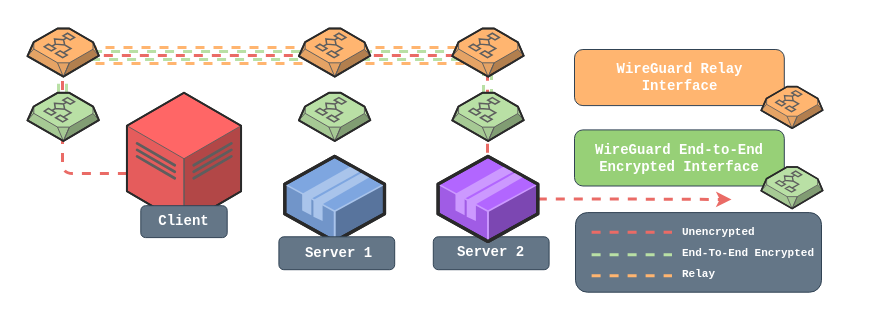
The draw.io diagram media/Wiretap_E2EE.drawio in sandialabs/wiretap, before the edit. Source tidied: cells renumbered, new cells numbered last; positions are measured from the earlier drawing's top-left corner, leaving out a move shared by most shapes. Both pictures are drawn from the tidied source at 100%, with x=0, y=0 at pixel (27, 28).
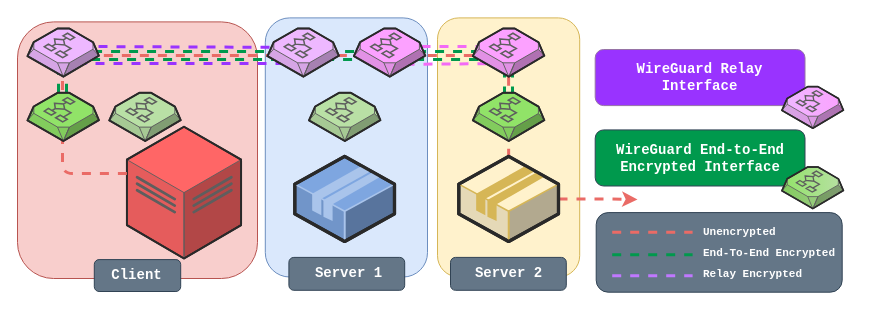
Above is the later version.

Commit message (it also covers changes not shown here):
Improved diagram

The edit, as a diff of the source:
```diff
@@
+    <mxCell id="38" style="rounded=1;whiteSpace=wrap;html=1;fillColor=#fff2cc;strokeColor=#d6b656;" parent="1" vertex="1">
+      <mxGeometry x="410" y="-10.6" width="142.2" height="259.1" as="geometry" />
+    </mxCell>
+    <mxCell id="39" style="rounded=1;whiteSpace=wrap;html=1;fillColor=#dae8fc;strokeColor=#6c8ebf;" parent="1" vertex="1">
+      <mxGeometry x="237.8" y="-10.6" width="162.2" height="259.1" as="geometry" />
+    </mxCell>
+    <mxCell id="40" style="rounded=1;whiteSpace=wrap;html=1;fillColor=#f8cecc;strokeColor=#b85450;" parent="1" vertex="1">
+      <mxGeometry x="-10" y="-6.6" width="240" height="256.6" as="geometry" />
+    </mxCell>
-    <mxCell id="2" style="edgeStyle=orthogonalEdgeStyle;jettySize=auto;html=1;endArrow=none;endFill=0;dashed=1;rounded=1;strokeColor=#B9E0A5;strokeWidth=3;" parent="1" edge="1" source="14" target="16">
+    <mxCell id="2" style="edgeStyle=orthogonalEdgeStyle;jettySize=auto;html=1;endArrow=none;endFill=0;dashed=1;rounded=1;strokeColor=#00994d;strokeWidth=3;flowAnimation=1;" parent="1" edge="1" source="14">
       <mxGeometry relative="1" as="geometry">
+        <mxPoint x="486" y="31" as="targetPoint" />
         <Array as="points">
           <mxPoint x="39" y="31" />
-          <mxPoint x="456" y="31" />
+          <mxPoint x="470" y="31" />
         </Array>
       </mxGeometry>
     </mxCell>
-    <mxCell id="3" style="edgeStyle=orthogonalEdgeStyle;jettySize=auto;html=1;endArrow=none;endFill=0;dashed=1;rounded=1;strokeColor=#B9E0A5;strokeWidth=3;" parent="1" edge="1" source="14" target="16">
+    <mxCell id="3" style="edgeStyle=orthogonalEdgeStyle;orthogonalLoop=1;jettySize=auto;html=1;endArrow=none;endFill=0;dashed=1;rounded=1;strokeColor=#00994D;strokeWidth=3;flowAnimation=1;" parent="1" edge="1">
       <mxGeometry relative="1" as="geometry">
+        <mxPoint x="31" y="64.3" as="sourcePoint" />
+        <mxPoint x="500" y="23" as="targetPoint" />
         <Array as="points">
           <mxPoint x="31" y="23" />
-          <mxPoint x="464" y="23" />
+          <mxPoint x="490" y="23" />
         </Array>
       </mxGeometry>
     </mxCell>
     <mxCell id="4" style="verticalLabelPosition=bottom;html=1;verticalAlign=top;strokeWidth=1;align=center;dashed=0;shape=mxgraph.aws3d.application2;fillColor=#7EA6E0;strokeColor=#A9C4EB;" parent="1" vertex="1">
-      <mxGeometry x="257.3" y="127.8" width="99.7" height="85.2" as="geometry" />
+      <mxGeometry x="267.3" y="127.8" width="99.7" height="85.2" as="geometry" />
     </mxCell>
-    <mxCell id="5" style="edgeStyle=orthogonalEdgeStyle;rounded=0;jettySize=auto;html=1;dashed=1;endArrow=classic;endFill=1;strokeColor=#EA6B66;strokeWidth=3;" parent="1" edge="1" source="37">
+    <mxCell id="5" style="edgeStyle=orthogonalEdgeStyle;rounded=0;jettySize=auto;html=1;dashed=1;endArrow=classic;endFill=1;strokeColor=#EA6B66;strokeWidth=3;flowAnimation=1;" parent="1" edge="1" source="37">
       <mxGeometry relative="1" as="geometry">
-        <mxPoint x="704" y="171" as="targetPoint" />
+        <mxPoint x="610" y="171" as="targetPoint" />
         <Array as="points">
-          <mxPoint x="562.7" y="170.4" />
-          <mxPoint x="562.7" y="170.4" />
+          <mxPoint x="583.3" y="170.4" />
+          <mxPoint x="583.3" y="170.4" />
         </Array>
       </mxGeometry>
     </mxCell>
-    <mxCell id="6" style="edgeStyle=orthogonalEdgeStyle;rounded=1;jettySize=auto;html=1;endArrow=none;endFill=0;dashed=1;strokeColor=#EA6B66;strokeWidth=3;" parent="1" edge="1" source="7" target="37">
-      <mxGeometry relative="1" as="geometry">
-        <Array as="points">
-          <mxPoint x="35" y="145" />
-          <mxPoint x="35" y="27" />
-          <mxPoint x="460" y="27" />
-        </Array>
-      </mxGeometry>
-    </mxCell>
     <mxCell id="7" style="verticalLabelPosition=bottom;html=1;verticalAlign=top;strokeWidth=1;align=center;outlineConnect=0;dashed=0;outlineConnect=0;shape=mxgraph.aws3d.dataCenter;strokeColor=#5E5E5E;fillColor=#FF6666;gradientColor=none;" parent="1" vertex="1">
-      <mxGeometry x="99.4" y="64.3" width="114.2" height="131.8" as="geometry" />
+      <mxGeometry x="99.4" y="98.2" width="114.2" height="131.8" as="geometry" />
     </mxCell>
     <mxCell id="8" style="group;" parent="1" vertex="1">
-      <mxGeometry x="113.3" y="176.1" width="86.4" height="32.9" as="geometry" />
+      <mxGeometry x="66.8" y="230" width="86.4" height="32.9" as="geometry" />
     </mxCell>
@@
     <mxCell id="11" style="group;" parent="1" vertex="1">
-      <mxGeometry x="245" y="199.4" width="128.6" height="49.1" as="geometry" />
+      <mxGeometry x="255" y="220" width="128.6" height="49.1" as="geometry" />
     </mxCell>
@@
-    <mxCell id="14" style="verticalLabelPosition=bottom;html=1;verticalAlign=top;strokeWidth=1;align=center;outlineConnect=0;dashed=0;outlineConnect=0;shape=mxgraph.aws3d.decider;fillColor=#B9E0A5;strokeColor=#5E5E5E;" parent="1" vertex="1">
-      <mxGeometry y="64.3" width="71.4" height="48.2" as="geometry" />
-    </mxCell>
-    <mxCell id="15" style="verticalLabelPosition=bottom;html=1;verticalAlign=top;strokeWidth=1;align=center;dashed=0;shape=mxgraph.aws3d.decider;fillColor=#B9E0A5;strokeColor=#5E5E5E;" parent="1" vertex="1">
-      <mxGeometry x="271.4" y="64.3" width="71.4" height="48.2" as="geometry" />
+    <mxCell id="15" style="verticalLabelPosition=bottom;html=1;verticalAlign=top;strokeWidth=1;align=center;dashed=0;shape=mxgraph.aws3d.decider;fillColor=#b9e0a5;strokeColor=#5E5E5E;" parent="1" vertex="1">
+      <mxGeometry x="281.5" y="64.3" width="71.4" height="48.2" as="geometry" />
     </mxCell>
-    <mxCell id="16" style="verticalLabelPosition=bottom;html=1;verticalAlign=top;strokeWidth=1;align=center;outlineConnect=0;dashed=0;outlineConnect=0;shape=mxgraph.aws3d.decider;fillColor=#B9E0A5;strokeColor=#5E5E5E;" parent="1" vertex="1">
-      <mxGeometry x="424.8" y="64.3" width="71.4" height="48.2" as="geometry" />
-    </mxCell>
-    <mxCell id="17" style="edgeStyle=orthogonalEdgeStyle;orthogonalLoop=1;jettySize=auto;html=1;endArrow=none;endFill=0;dashed=1;rounded=1;strokeColor=#FFB570;strokeWidth=3;" parent="1" edge="1">
+    <mxCell id="17" style="orthogonalLoop=1;jettySize=auto;html=1;endArrow=none;endFill=0;dashed=1;rounded=1;strokeColor=#9933FF;strokeWidth=3;flowAnimation=1;" parent="1" edge="1">
       <mxGeometry relative="1" as="geometry">
-        <mxPoint x="60" y="19" as="sourcePoint" />
-        <mxPoint x="451.8" y="20.9" as="targetPoint" />
-        <Array as="points">
-          <mxPoint x="452" y="19" />
-        </Array>
+        <mxPoint x="53" y="18" as="sourcePoint" />
+        <mxPoint x="286" y="19" as="targetPoint" />
       </mxGeometry>
     </mxCell>
-    <mxCell id="18" style="edgeStyle=orthogonalEdgeStyle;orthogonalLoop=1;jettySize=auto;html=1;endArrow=none;endFill=0;dashed=1;rounded=1;strokeColor=#FFB570;strokeWidth=3;" parent="1" edge="1">
+    <mxCell id="18" style="edgeStyle=orthogonalEdgeStyle;orthogonalLoop=1;jettySize=auto;html=1;endArrow=none;endFill=0;dashed=1;rounded=1;strokeColor=#9933ff;strokeWidth=3;flowAnimation=1;" parent="1" edge="1">
       <mxGeometry relative="1" as="geometry">
         <mxPoint x="50" y="35" as="sourcePoint" />
-        <mxPoint x="458.2" y="33.8" as="targetPoint" />
+        <mxPoint x="296" y="36" as="targetPoint" />
         <Array as="points">
-          <mxPoint x="458" y="35" />
+          <mxPoint x="280" y="35" />
+          <mxPoint x="280" y="34" />
         </Array>
       </mxGeometry>
     </mxCell>
-    <mxCell id="19" style="verticalLabelPosition=bottom;html=1;verticalAlign=top;strokeWidth=1;align=center;dashed=0;shape=mxgraph.aws3d.decider;fillColor=#FFB570;strokeColor=#5E5E5E;gradientColor=none;" parent="1" vertex="1">
-      <mxGeometry width="71.4" height="48.2" as="geometry" />
-    </mxCell>
-    <mxCell id="20" style="verticalLabelPosition=bottom;html=1;verticalAlign=top;strokeWidth=1;align=center;dashed=0;shape=mxgraph.aws3d.decider;fillColor=#FFB570;strokeColor=#5E5E5E;gradientColor=none;" parent="1" vertex="1">
-      <mxGeometry x="271.4" width="71.4" height="48.2" as="geometry" />
-    </mxCell>
-    <mxCell id="21" style="verticalLabelPosition=bottom;html=1;verticalAlign=top;strokeWidth=1;align=center;outlineConnect=0;dashed=0;outlineConnect=0;shape=mxgraph.aws3d.decider;fillColor=#FFB570;strokeColor=#5E5E5E;gradientColor=none;" parent="1" vertex="1">
-      <mxGeometry x="424.8" width="71.4" height="48.2" as="geometry" />
-    </mxCell>
+    <mxCell id="41" style="edgeStyle=none;rounded=1;jettySize=auto;html=1;shadow=0;dashed=1;strokeColor=#ea6b66;endArrow=none;endFill=0;strokeWidth=3;flowAnimation=1;" parent="1" edge="1" source="21" target="37">
+      <mxGeometry relative="1" as="geometry" />
+    </mxCell>
     <mxCell id="22" value="&lt;br&gt;&lt;div&gt;&lt;i&gt;&lt;/i&gt;&lt;/div&gt;" style="text;html=1;strokeColor=#314354;fillColor=#647687;align=left;verticalAlign=middle;whiteSpace=wrap;rounded=1;fontFamily=Courier New;fontStyle=1;fontColor=#ffffff;" parent="1" vertex="1">
-      <mxGeometry x="548" y="184.1" width="246" height="79.6" as="geometry" />
+      <mxGeometry x="568.7" y="184.1" width="246" height="79.6" as="geometry" />
     </mxCell>
-    <mxCell id="23" style="group;" parent="1" vertex="1">
-      <mxGeometry x="422.8" y="199.4" width="128.6" height="49.1" as="geometry" />
-    </mxCell>
-    <mxCell id="24" value="&lt;br&gt;&lt;div&gt;&lt;i&gt;&lt;/i&gt;&lt;/div&gt;" style="text;html=1;strokeColor=#314354;fillColor=#647687;align=left;verticalAlign=middle;whiteSpace=wrap;rounded=1;fontFamily=Courier New;fontStyle=1;fontColor=#ffffff;" parent="23" vertex="1">
-      <mxGeometry x="-17" y="8.9" width="115.8" height="32.9" as="geometry" />
-    </mxCell>
-    <mxCell id="25" value="&lt;font style=&quot;font-size: 14px;&quot;&gt;Server 2&lt;/font&gt;" style="text;html=1;align=center;verticalAlign=middle;whiteSpace=wrap;rounded=0;fontFamily=Courier New;fontStyle=1;fontColor=#FFFFFF;" parent="23" vertex="1">
-      <mxGeometry x="-21.5" y="5" width="124.6" height="39" as="geometry" />
-    </mxCell>
     <mxCell id="26" style="group;" parent="1" vertex="1">
-      <mxGeometry x="548" y="16" width="257.2" height="160.8" as="geometry" />
+      <mxGeometry x="568.7" y="16" width="257.2" height="160.8" as="geometry" />
     </mxCell>
-    <mxCell id="27" value="&lt;br&gt;&lt;div&gt;&lt;i&gt;&lt;/i&gt;&lt;/div&gt;" style="text;html=1;strokeColor=#314354;fillColor=#97D077;align=left;verticalAlign=middle;whiteSpace=wrap;rounded=1;fontFamily=Courier New;fontStyle=1;fontColor=#ffffff;gradientColor=none;" parent="26" vertex="1">
+    <mxCell id="27" value="&lt;br&gt;&lt;div&gt;&lt;i&gt;&lt;/i&gt;&lt;/div&gt;" style="text;html=1;strokeColor=#314354;fillColor=#00994d;align=left;verticalAlign=middle;whiteSpace=wrap;rounded=1;fontFamily=Courier New;fontStyle=1;fontColor=#ffffff;gradientColor=none;" parent="26" vertex="1">
       <mxGeometry x="-1" y="85.4" width="209.8" height="56.1" as="geometry" />
     </mxCell>
@@
-    <mxCell id="29" style="verticalLabelPosition=bottom;html=1;verticalAlign=top;strokeWidth=1;align=center;dashed=0;shape=mxgraph.aws3d.decider;fillColor=#B9E0A5;strokeColor=#5E5E5E;" parent="26" vertex="1">
+    <mxCell id="29" style="verticalLabelPosition=bottom;html=1;verticalAlign=top;strokeWidth=1;align=center;dashed=0;shape=mxgraph.aws3d.decider;fillColor=#91e368;strokeColor=#5E5E5E;gradientColor=#b9e0a5;gradientDirection=east;" parent="26" vertex="1">
       <mxGeometry x="185.7" y="122.5" width="61.5" height="41.6" as="geometry" />
     </mxCell>
-    <mxCell id="30" value="&lt;br&gt;&lt;div&gt;&lt;i&gt;&lt;/i&gt;&lt;/div&gt;" style="text;html=1;strokeColor=#314354;fillColor=#FFB570;align=left;verticalAlign=middle;whiteSpace=wrap;rounded=1;fontFamily=Courier New;fontStyle=1;fontColor=#ffffff;" parent="26" vertex="1">
+    <mxCell id="30" value="&lt;br&gt;&lt;div&gt;&lt;i&gt;&lt;/i&gt;&lt;/div&gt;" style="text;html=1;strokeColor=#9673a6;fillColor=#9933ff;align=left;verticalAlign=middle;whiteSpace=wrap;rounded=1;fontFamily=Courier New;fontStyle=1;" parent="26" vertex="1">
       <mxGeometry x="-1" y="5" width="209.8" height="56.1" as="geometry" />
     </mxCell>
@@
-    <mxCell id="32" style="verticalLabelPosition=bottom;html=1;verticalAlign=top;strokeWidth=1;align=center;dashed=0;shape=mxgraph.aws3d.decider;fillColor=#FFB570;strokeColor=#5E5E5E;" parent="26" vertex="1">
+    <mxCell id="32" style="verticalLabelPosition=bottom;html=1;verticalAlign=top;strokeWidth=1;align=center;dashed=0;shape=mxgraph.aws3d.decider;fillColor=#eeb8ff;strokeColor=#5E5E5E;gradientColor=#fca1ff;gradientDirection=east;" parent="26" vertex="1">
       <mxGeometry x="185.7" y="42.1" width="61.5" height="41.6" as="geometry" />
     </mxCell>
-    <mxCell id="33" value="&lt;div style=&quot;line-height: 180%; font-size: 11px;&quot;&gt;&lt;font face=&quot;Courier New&quot; color=&quot;#ffffff&quot; style=&quot;font-size: 11px;&quot;&gt;&lt;b style=&quot;&quot;&gt;Unencrypted&lt;/b&gt;&lt;/font&gt;&lt;/div&gt;&lt;div style=&quot;line-height: 180%; font-size: 11px;&quot;&gt;&lt;font style=&quot;font-size: 11px;&quot;&gt;&lt;b style=&quot;color: rgb(255, 255, 255); font-family: &amp;quot;Courier New&amp;quot;; background-color: initial;&quot;&gt;End-To-End Encrypted&lt;/b&gt;&lt;br&gt;&lt;/font&gt;&lt;/div&gt;&lt;div style=&quot;line-height: 180%; font-size: 11px;&quot;&gt;&lt;font face=&quot;Courier New&quot; color=&quot;#ffffff&quot; style=&quot;font-size: 11px;&quot;&gt;&lt;b style=&quot;&quot;&gt;Relay&lt;/b&gt;&lt;/font&gt;&lt;/div&gt;" style="text;whiteSpace=wrap;html=1;fontSize=8;align=left;verticalAlign=middle;horizontal=1;spacingTop=0;" parent="1" vertex="1">
-      <mxGeometry x="652.9" y="187.7" width="146.3" height="74" as="geometry" />
+    <mxCell id="33" value="&lt;div style=&quot;line-height: 180%; font-size: 11px;&quot;&gt;&lt;font face=&quot;Courier New&quot; color=&quot;#ffffff&quot; style=&quot;font-size: 11px;&quot;&gt;&lt;b style=&quot;&quot;&gt;Unencrypted&lt;/b&gt;&lt;/font&gt;&lt;/div&gt;&lt;div style=&quot;line-height: 180%; font-size: 11px;&quot;&gt;&lt;font style=&quot;font-size: 11px;&quot;&gt;&lt;b style=&quot;color: rgb(255, 255, 255); font-family: &amp;quot;Courier New&amp;quot;; background-color: initial;&quot;&gt;End-To-End Encrypted&lt;/b&gt;&lt;br&gt;&lt;/font&gt;&lt;/div&gt;&lt;div style=&quot;line-height: 180%; font-size: 11px;&quot;&gt;&lt;font face=&quot;Courier New&quot; color=&quot;#ffffff&quot; style=&quot;font-size: 11px;&quot;&gt;&lt;b style=&quot;&quot;&gt;Relay Encrypted&lt;/b&gt;&lt;/font&gt;&lt;/div&gt;" style="text;whiteSpace=wrap;html=1;fontSize=8;align=left;verticalAlign=middle;horizontal=1;spacingTop=0;" parent="1" vertex="1">
+      <mxGeometry x="673.5" y="187.7" width="146.3" height="74" as="geometry" />
     </mxCell>
-    <mxCell id="34" style="endArrow=none;dashed=1;html=1;rounded=0;strokeWidth=3;strokeColor=#EA6B66;" parent="1" edge="1">
+    <mxCell id="34" style="endArrow=none;dashed=1;html=1;rounded=0;strokeWidth=3;strokeColor=#EA6B66;flowAnimation=1;" parent="1" edge="1">
       <mxGeometry relative="1" as="geometry">
-        <mxPoint x="564.1" y="203.8" as="sourcePoint" />
-        <mxPoint x="644.5" y="203.8" as="targetPoint" />
+        <mxPoint x="584.7" y="203.8" as="sourcePoint" />
+        <mxPoint x="665.1" y="203.8" as="targetPoint" />
       </mxGeometry>
     </mxCell>
-    <mxCell id="35" style="endArrow=none;dashed=1;html=1;rounded=0;strokeWidth=3;strokeColor=#B9E0A5;" parent="1" edge="1">
+    <mxCell id="35" style="endArrow=none;dashed=1;html=1;rounded=0;strokeWidth=3;strokeColor=#00994d;shadow=0;flowAnimation=1;" parent="1" edge="1">
       <mxGeometry relative="1" as="geometry">
-        <mxPoint x="564.1" y="226.3" as="sourcePoint" />
-        <mxPoint x="644.5" y="226.3" as="targetPoint" />
+        <mxPoint x="584.7" y="226.3" as="sourcePoint" />
+        <mxPoint x="665.1" y="226.3" as="targetPoint" />
       </mxGeometry>
     </mxCell>
-    <mxCell id="36" style="endArrow=none;dashed=1;html=1;rounded=0;strokeWidth=3;strokeColor=#FFB570;" parent="1" edge="1">
+    <mxCell id="36" style="endArrow=none;dashed=1;html=1;rounded=0;strokeWidth=3;strokeColor=#C078FF;flowAnimation=1;" parent="1" edge="1">
       <mxGeometry relative="1" as="geometry">
-        <mxPoint x="564.1" y="247.2" as="sourcePoint" />
-        <mxPoint x="644.5" y="247.2" as="targetPoint" />
+        <mxPoint x="584.7" y="247.2" as="sourcePoint" />
+        <mxPoint x="665.1" y="247.2" as="targetPoint" />
       </mxGeometry>
     </mxCell>
-    <mxCell id="37" style="verticalLabelPosition=bottom;html=1;verticalAlign=top;strokeWidth=1;align=center;outlineConnect=0;dashed=0;outlineConnect=0;shape=mxgraph.aws3d.application2;fillColor=#B266FF;strokeColor=#CC99FF;" parent="1" vertex="1">
-      <mxGeometry x="410.6" y="127.8" width="99.7" height="85.2" as="geometry" />
+    <mxCell id="37" style="verticalLabelPosition=bottom;html=1;verticalAlign=top;strokeWidth=1;align=center;outlineConnect=0;dashed=0;outlineConnect=0;shape=mxgraph.aws3d.application2;fillColor=#fff2cc;strokeColor=#d6b656;" parent="1" vertex="1">
+      <mxGeometry x="431.3" y="127.8" width="99.7" height="85.2" as="geometry" />
     </mxCell>
+    <mxCell id="23" style="group;" parent="1" vertex="1">
+      <mxGeometry x="440" y="220" width="128.6" height="49.1" as="geometry" />
+    </mxCell>
+    <mxCell id="24" value="&lt;br&gt;&lt;div&gt;&lt;i&gt;&lt;/i&gt;&lt;/div&gt;" style="text;html=1;strokeColor=#314354;fillColor=#647687;align=left;verticalAlign=middle;whiteSpace=wrap;rounded=1;fontFamily=Courier New;fontStyle=1;fontColor=#ffffff;" parent="23" vertex="1">
+      <mxGeometry x="-17" y="8.9" width="115.8" height="32.9" as="geometry" />
+    </mxCell>
+    <mxCell id="25" value="&lt;font style=&quot;font-size: 14px;&quot;&gt;Server 2&lt;/font&gt;" style="text;html=1;align=center;verticalAlign=middle;whiteSpace=wrap;rounded=0;fontFamily=Courier New;fontStyle=1;fontColor=#FFFFFF;" parent="23" vertex="1">
+      <mxGeometry x="-21.5" y="5" width="124.6" height="39" as="geometry" />
+    </mxCell>
+    <mxCell id="42" style="edgeStyle=orthogonalEdgeStyle;rounded=1;jettySize=auto;html=1;endArrow=none;endFill=0;dashed=1;strokeColor=#EA6B66;strokeWidth=3;flowAnimation=1;" parent="1" edge="1" source="7">
+      <mxGeometry relative="1" as="geometry">
+        <mxPoint x="447" y="27" as="targetPoint" />
+        <Array as="points">
+          <mxPoint x="35" y="145" />
+        </Array>
+      </mxGeometry>
+    </mxCell>
+    <mxCell id="43" style="orthogonalLoop=1;jettySize=auto;html=1;endArrow=none;endFill=0;dashed=1;rounded=1;strokeColor=#f36af6;strokeWidth=3;flowAnimation=1;" parent="1" edge="1">
+      <mxGeometry relative="1" as="geometry">
+        <mxPoint x="358" y="18" as="sourcePoint" />
+        <mxPoint x="461" y="18" as="targetPoint" />
+      </mxGeometry>
+    </mxCell>
+    <mxCell id="44" style="orthogonalLoop=1;jettySize=auto;html=1;endArrow=none;endFill=0;dashed=1;rounded=1;strokeColor=#f36af6;strokeWidth=3;flowAnimation=1;" parent="1" edge="1">
+      <mxGeometry relative="1" as="geometry">
+        <mxPoint x="360" y="36" as="sourcePoint" />
+        <mxPoint x="478" y="35" as="targetPoint" />
+      </mxGeometry>
+    </mxCell>
+    <mxCell id="45" style="endArrow=none;html=1;rounded=1;shadow=0;dashed=1;strokeColor=#00994d;strokeWidth=3;flowAnimation=1;" parent="1" edge="1">
+      <mxGeometry relative="1" as="geometry">
+        <mxPoint x="477" y="40" as="sourcePoint" />
+        <mxPoint x="477" y="77" as="targetPoint" />
+      </mxGeometry>
+    </mxCell>
+    <mxCell id="46" style="endArrow=none;html=1;rounded=1;shadow=0;dashed=1;strokeColor=#00994d;strokeWidth=3;flowAnimation=1;" parent="1" edge="1">
+      <mxGeometry relative="1" as="geometry">
+        <mxPoint x="485" y="40" as="sourcePoint" />
+        <mxPoint x="485" y="77" as="targetPoint" />
+      </mxGeometry>
+    </mxCell>
+    <mxCell id="14" style="verticalLabelPosition=bottom;html=1;verticalAlign=top;strokeWidth=1;align=center;outlineConnect=0;dashed=0;outlineConnect=0;shape=mxgraph.aws3d.decider;fillColor=#91e368;strokeColor=#5E5E5E;" parent="1" vertex="1">
+      <mxGeometry y="64.3" width="71.4" height="48.2" as="geometry" />
+    </mxCell>
+    <mxCell id="19" style="verticalLabelPosition=bottom;html=1;verticalAlign=top;strokeWidth=1;align=center;dashed=0;shape=mxgraph.aws3d.decider;fillColor=#EEB8FF;strokeColor=#5e5e5e;" parent="1" vertex="1">
+      <mxGeometry width="71.4" height="48.2" as="geometry" />
+    </mxCell>
+    <mxCell id="20" style="verticalLabelPosition=bottom;html=1;verticalAlign=top;strokeWidth=1;align=center;dashed=0;shape=mxgraph.aws3d.decider;fillColor=#eeb8ff;strokeColor=#5E5E5E;gradientColor=none;" parent="1" vertex="1">
+      <mxGeometry x="240" width="71.4" height="48.2" as="geometry" />
+    </mxCell>
+    <mxCell id="47" style="verticalLabelPosition=bottom;html=1;verticalAlign=top;strokeWidth=1;align=center;dashed=0;shape=mxgraph.aws3d.decider;fillColor=#FCA1FF;strokeColor=#5E5E5E;gradientColor=none;" parent="1" vertex="1">
+      <mxGeometry x="326.4" width="71.4" height="48.2" as="geometry" />
+    </mxCell>
+    <mxCell id="21" style="verticalLabelPosition=bottom;html=1;verticalAlign=top;strokeWidth=1;align=center;outlineConnect=0;outlineConnect=0;shape=mxgraph.aws3d.decider;fillColor=#fca1ff;strokeColor=#5E5E5E;gradientColor=none;" parent="1" vertex="1">
+      <mxGeometry x="445.4" width="71.4" height="48.2" as="geometry" />
+    </mxCell>
+    <mxCell id="16" style="verticalLabelPosition=bottom;html=1;verticalAlign=top;strokeWidth=1;align=center;outlineConnect=0;dashed=0;outlineConnect=0;shape=mxgraph.aws3d.decider;fillColor=#91e368;strokeColor=#5E5E5E;" parent="1" vertex="1">
+      <mxGeometry x="445.4" y="64.3" width="71.4" height="48.2" as="geometry" />
+    </mxCell>
+    <mxCell id="48" style="verticalLabelPosition=bottom;html=1;verticalAlign=top;strokeWidth=1;align=center;dashed=0;shape=mxgraph.aws3d.decider;fillColor=#b9e0a5;strokeColor=#5E5E5E;" parent="1" vertex="1">
+      <mxGeometry x="81.8" y="64.3" width="71.4" height="48.2" as="geometry" />
+    </mxCell>
```
